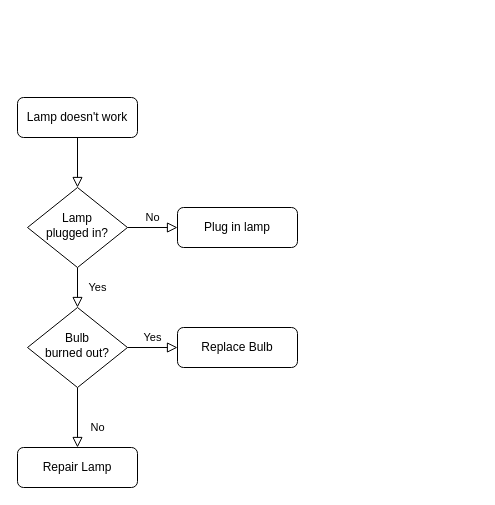
This is LIngo_bingo.drawio from rslatif/draw.io-, a draw.io file, before an edit. Source tidied: cells renumbered, new cells numbered last; positions are measured from the earlier drawing's top-left corner, leaving out a move shared by most shapes. Both pictures are drawn from the tidied source at 100%, with x=0, y=0 at pixel (17, 97).
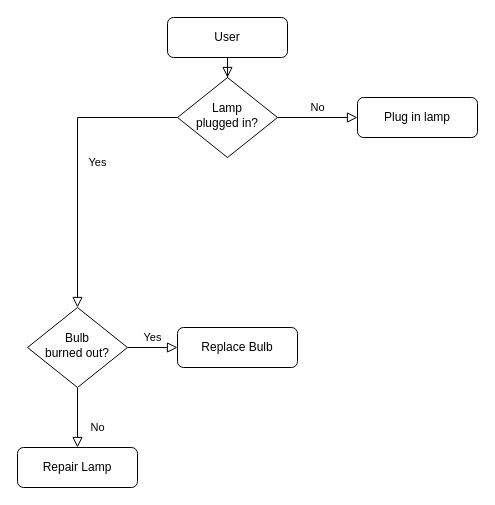
The same diagram, later.

Change to the diagram source:
```diff
@@
 <mxGraphModel>
   <root>
     <mxCell id="0" />
     <mxCell id="1" parent="0" />
     <mxCell id="2" style="rounded=0;html=1;jettySize=auto;fontSize=11;endArrow=block;endFill=0;endSize=8;strokeWidth=1;shadow=0;labelBackgroundColor=none;edgeStyle=orthogonalEdgeStyle;" parent="1" edge="1" source="3" target="6">
       <mxGeometry relative="1" as="geometry" />
     </mxCell>
-    <mxCell id="3" value="Lamp doesn't work" style="rounded=1;whiteSpace=wrap;html=1;fontSize=12;glass=0;strokeWidth=1;shadow=0;" parent="1" vertex="1">
-      <mxGeometry width="120" height="40" as="geometry" />
+    <mxCell id="3" value="User " style="rounded=1;whiteSpace=wrap;html=1;fontSize=12;glass=0;strokeWidth=1;shadow=0;" parent="1" vertex="1">
+      <mxGeometry x="150" y="-80" width="120" height="40" as="geometry" />
     </mxCell>
     <mxCell id="4" value="Yes" style="rounded=0;html=1;jettySize=auto;fontSize=11;endArrow=block;endFill=0;endSize=8;strokeWidth=1;shadow=0;labelBackgroundColor=none;edgeStyle=orthogonalEdgeStyle;" parent="1" edge="1" source="6" target="10">
       <mxGeometry y="20" relative="1" as="geometry" />
     </mxCell>
     <mxCell id="5" value="No" style="edgeStyle=orthogonalEdgeStyle;rounded=0;html=1;jettySize=auto;fontSize=11;endArrow=block;endFill=0;endSize=8;strokeWidth=1;shadow=0;labelBackgroundColor=none;" parent="1" edge="1" source="6" target="7">
       <mxGeometry y="10" relative="1" as="geometry" />
     </mxCell>
     <mxCell id="6" value="Lamp&lt;br&gt;plugged in?" style="rhombus;whiteSpace=wrap;html=1;shadow=0;fontFamily=Helvetica;fontSize=12;align=center;strokeWidth=1;spacing=6;spacingTop=-4;" parent="1" vertex="1">
-      <mxGeometry x="10" y="90" width="100" height="80" as="geometry" />
+      <mxGeometry x="160" y="-20" width="100" height="80" as="geometry" />
     </mxCell>
     <mxCell id="7" value="Plug in lamp" style="rounded=1;whiteSpace=wrap;html=1;fontSize=12;glass=0;strokeWidth=1;shadow=0;" parent="1" vertex="1">
-      <mxGeometry x="160" y="110" width="120" height="40" as="geometry" />
+      <mxGeometry x="340" width="120" height="40" as="geometry" />
     </mxCell>
     <mxCell id="8" value="No" style="rounded=0;html=1;jettySize=auto;fontSize=11;endArrow=block;endFill=0;endSize=8;strokeWidth=1;shadow=0;labelBackgroundColor=none;edgeStyle=orthogonalEdgeStyle;" parent="1" edge="1" source="10" target="11">
       <mxGeometry x="0.33" y="20" relative="1" as="geometry" />
     </mxCell>
     <mxCell id="9" value="Yes" style="edgeStyle=orthogonalEdgeStyle;rounded=0;html=1;jettySize=auto;fontSize=11;endArrow=block;endFill=0;endSize=8;strokeWidth=1;shadow=0;labelBackgroundColor=none;" parent="1" edge="1" source="10" target="12">
       <mxGeometry y="10" relative="1" as="geometry" />
     </mxCell>
     <mxCell id="10" value="Bulb&lt;br&gt;burned out?" style="rhombus;whiteSpace=wrap;html=1;shadow=0;fontFamily=Helvetica;fontSize=12;align=center;strokeWidth=1;spacing=6;spacingTop=-4;" parent="1" vertex="1">
       <mxGeometry x="10" y="210" width="100" height="80" as="geometry" />
     </mxCell>
     <mxCell id="11" value="Repair Lamp" style="rounded=1;whiteSpace=wrap;html=1;fontSize=12;glass=0;strokeWidth=1;shadow=0;" parent="1" vertex="1">
       <mxGeometry y="350" width="120" height="40" as="geometry" />
     </mxCell>
     <mxCell id="12" value="Replace Bulb" style="rounded=1;whiteSpace=wrap;html=1;fontSize=12;glass=0;strokeWidth=1;shadow=0;" parent="1" vertex="1">
       <mxGeometry x="160" y="230" width="120" height="40" as="geometry" />
     </mxCell>
   </root>
 </mxGraphModel>
```
